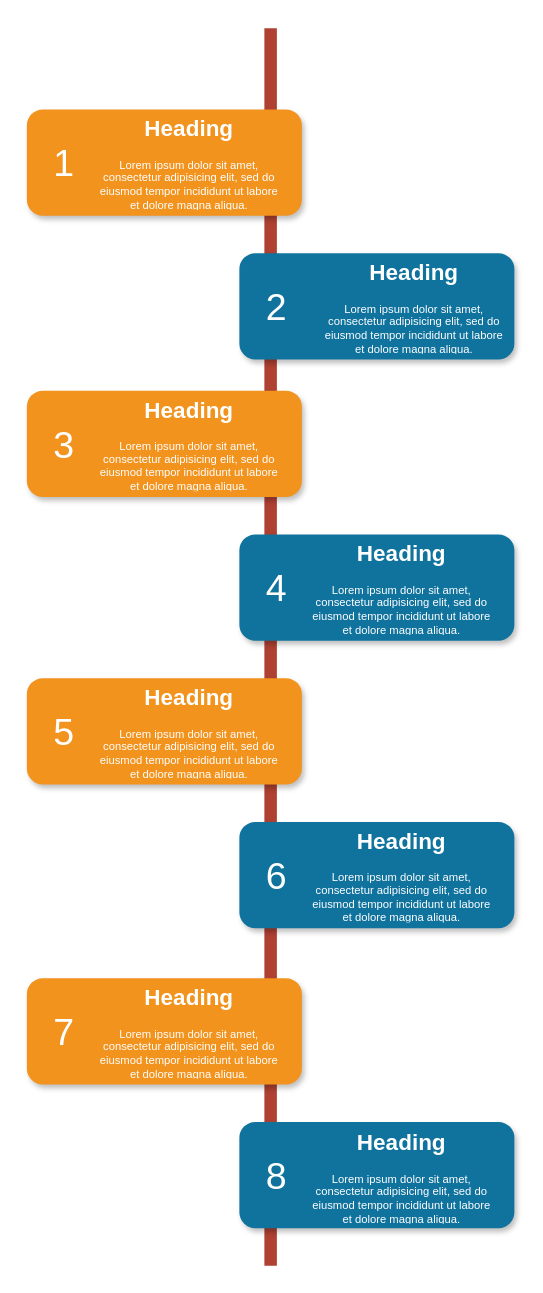
Before: time_line.drawio in JiabinYang/Doc, a draw.io diagram. Source tidied: cells renumbered, new cells numbered last; positions are measured from the earlier drawing's top-left corner, leaving out a move shared by most shapes. Both pictures are drawn from the tidied source at 125%, with x=0, y=0 at pixel (26, 28).
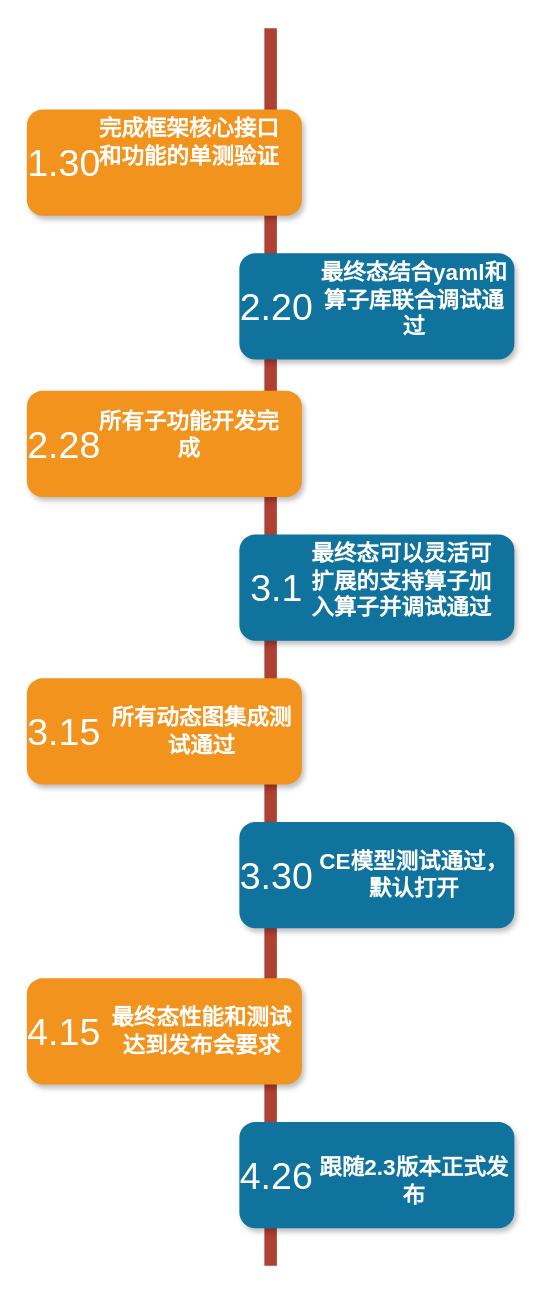
After the change.

What changed in the source:
```diff
@@
-    <mxCell id="4" value="1" style="text;html=1;strokeColor=none;fillColor=none;align=center;verticalAlign=middle;whiteSpace=wrap;fontSize=30;fontColor=#FFFFFF;" parent="1" vertex="1">
+    <mxCell id="4" value="1.30" style="text;html=1;strokeColor=none;fillColor=none;align=center;verticalAlign=middle;whiteSpace=wrap;fontSize=30;fontColor=#FFFFFF;" parent="1" vertex="1">
       <mxGeometry x="10" y="98" width="40" height="20" as="geometry" />
     </mxCell>
@@
-    <mxCell id="6" value="2" style="text;html=1;strokeColor=none;fillColor=none;align=center;verticalAlign=middle;whiteSpace=wrap;fontSize=30;fontColor=#FFFFFF;" parent="1" vertex="1">
+    <mxCell id="6" value="2.20" style="text;html=1;strokeColor=none;fillColor=none;align=center;verticalAlign=middle;whiteSpace=wrap;fontSize=30;fontColor=#FFFFFF;" parent="1" vertex="1">
       <mxGeometry x="180" y="213" width="40" height="20" as="geometry" />
     </mxCell>
@@
-    <mxCell id="8" value="3" style="text;html=1;strokeColor=none;fillColor=none;align=center;verticalAlign=middle;whiteSpace=wrap;fontSize=30;fontColor=#FFFFFF;" parent="1" vertex="1">
+    <mxCell id="8" value="2.28" style="text;html=1;strokeColor=none;fillColor=none;align=center;verticalAlign=middle;whiteSpace=wrap;fontSize=30;fontColor=#FFFFFF;" parent="1" vertex="1">
       <mxGeometry x="10" y="323" width="40" height="20" as="geometry" />
     </mxCell>
@@
-    <mxCell id="10" value="4" style="text;html=1;strokeColor=none;fillColor=none;align=center;verticalAlign=middle;whiteSpace=wrap;fontSize=30;fontColor=#FFFFFF;" parent="1" vertex="1">
+    <mxCell id="10" value="3.1" style="text;html=1;strokeColor=none;fillColor=none;align=center;verticalAlign=middle;whiteSpace=wrap;fontSize=30;fontColor=#FFFFFF;" parent="1" vertex="1">
       <mxGeometry x="180" y="438" width="40" height="20" as="geometry" />
     </mxCell>
@@
-    <mxCell id="12" value="5" style="text;html=1;strokeColor=none;fillColor=none;align=center;verticalAlign=middle;whiteSpace=wrap;fontSize=30;fontColor=#FFFFFF;" parent="1" vertex="1">
+    <mxCell id="12" value="3.15" style="text;html=1;strokeColor=none;fillColor=none;align=center;verticalAlign=middle;whiteSpace=wrap;fontSize=30;fontColor=#FFFFFF;" parent="1" vertex="1">
       <mxGeometry x="10" y="553" width="40" height="20" as="geometry" />
     </mxCell>
@@
-    <mxCell id="14" value="6" style="text;html=1;strokeColor=none;fillColor=none;align=center;verticalAlign=middle;whiteSpace=wrap;fontSize=30;fontColor=#FFFFFF;" parent="1" vertex="1">
+    <mxCell id="14" value="3.30" style="text;html=1;strokeColor=none;fillColor=none;align=center;verticalAlign=middle;whiteSpace=wrap;fontSize=30;fontColor=#FFFFFF;" parent="1" vertex="1">
       <mxGeometry x="180" y="668" width="40" height="20" as="geometry" />
     </mxCell>
@@
-    <mxCell id="16" value="7" style="text;html=1;strokeColor=none;fillColor=none;align=center;verticalAlign=middle;whiteSpace=wrap;fontSize=30;fontColor=#FFFFFF;" parent="1" vertex="1">
+    <mxCell id="16" value="4.15" style="text;html=1;strokeColor=none;fillColor=none;align=center;verticalAlign=middle;whiteSpace=wrap;fontSize=30;fontColor=#FFFFFF;" parent="1" vertex="1">
       <mxGeometry x="10" y="793" width="40" height="20" as="geometry" />
     </mxCell>
@@
-    <mxCell id="18" value="8" style="text;html=1;strokeColor=none;fillColor=none;align=center;verticalAlign=middle;whiteSpace=wrap;fontSize=30;fontColor=#FFFFFF;" parent="1" vertex="1">
+    <mxCell id="18" value="4.26" style="text;html=1;strokeColor=none;fillColor=none;align=center;verticalAlign=middle;whiteSpace=wrap;fontSize=30;fontColor=#FFFFFF;" parent="1" vertex="1">
       <mxGeometry x="180" y="908" width="40" height="20" as="geometry" />
     </mxCell>
-    <mxCell id="19" value="&lt;h1&gt;Heading&lt;/h1&gt;&lt;p&gt;Lorem ipsum dolor sit amet, consectetur adipisicing elit, sed do eiusmod tempor incididunt ut labore et dolore magna aliqua.&lt;/p&gt;" style="text;html=1;spacing=5;spacingTop=-20;whiteSpace=wrap;overflow=hidden;strokeColor=none;strokeWidth=4;fillColor=none;gradientColor=#007FFF;fontSize=9;fontColor=#FFFFFF;align=center;" parent="1" vertex="1">
+    <mxCell id="19" value="&lt;h1&gt;完成框架核心接口和功能的单测验证&lt;/h1&gt;" style="text;html=1;spacing=5;spacingTop=-20;whiteSpace=wrap;overflow=hidden;strokeColor=none;strokeWidth=4;fillColor=none;gradientColor=#007FFF;fontSize=9;fontColor=#FFFFFF;align=center;" parent="1" vertex="1">
       <mxGeometry x="50" y="69" width="160" height="77" as="geometry" />
     </mxCell>
-    <mxCell id="20" value="&lt;h1&gt;Heading&lt;/h1&gt;&lt;p&gt;Lorem ipsum dolor sit amet, consectetur adipisicing elit, sed do eiusmod tempor incididunt ut labore et dolore magna aliqua.&lt;/p&gt;" style="text;html=1;spacing=5;spacingTop=-20;whiteSpace=wrap;overflow=hidden;strokeColor=none;strokeWidth=4;fillColor=none;gradientColor=#007FFF;fontSize=9;fontColor=#FFFFFF;align=center;" parent="1" vertex="1">
+    <mxCell id="20" value="&lt;h1&gt;最终态结合yaml和算子库联合调试通过&lt;/h1&gt;" style="text;html=1;spacing=5;spacingTop=-20;whiteSpace=wrap;overflow=hidden;strokeColor=none;strokeWidth=4;fillColor=none;gradientColor=#007FFF;fontSize=9;fontColor=#FFFFFF;align=center;" parent="1" vertex="1">
       <mxGeometry x="230" y="184" width="160" height="77" as="geometry" />
     </mxCell>
-    <mxCell id="21" value="&lt;h1&gt;Heading&lt;/h1&gt;&lt;p&gt;Lorem ipsum dolor sit amet, consectetur adipisicing elit, sed do eiusmod tempor incididunt ut labore et dolore magna aliqua.&lt;/p&gt;" style="text;html=1;spacing=5;spacingTop=-20;whiteSpace=wrap;overflow=hidden;strokeColor=none;strokeWidth=4;fillColor=none;gradientColor=#007FFF;fontSize=9;fontColor=#FFFFFF;align=center;" parent="1" vertex="1">
-      <mxGeometry x="50" y="294" width="160" height="77" as="geometry" />
+    <mxCell id="21" value="&lt;h1&gt;所有子功能开发完成&lt;/h1&gt;" style="text;html=1;spacing=5;spacingTop=-20;whiteSpace=wrap;overflow=hidden;strokeColor=none;strokeWidth=4;fillColor=none;gradientColor=#007FFF;fontSize=9;fontColor=#FFFFFF;align=center;verticalAlign=middle;" parent="1" vertex="1">
+      <mxGeometry x="50" y="300" width="160" height="71" as="geometry" />
     </mxCell>
-    <mxCell id="22" value="&lt;h1&gt;Heading&lt;/h1&gt;&lt;p&gt;Lorem ipsum dolor sit amet, consectetur adipisicing elit, sed do eiusmod tempor incididunt ut labore et dolore magna aliqua.&lt;/p&gt;" style="text;html=1;spacing=5;spacingTop=-20;whiteSpace=wrap;overflow=hidden;strokeColor=none;strokeWidth=4;fillColor=none;gradientColor=#007FFF;fontSize=9;fontColor=#FFFFFF;align=center;" parent="1" vertex="1">
+    <mxCell id="22" value="&lt;h1&gt;最终态可以灵活可扩展的支持算子加入算子并调试通过&lt;/h1&gt;" style="text;html=1;spacing=5;spacingTop=-20;whiteSpace=wrap;overflow=hidden;strokeColor=none;strokeWidth=4;fillColor=none;gradientColor=#007FFF;fontSize=9;fontColor=#FFFFFF;align=center;" parent="1" vertex="1">
       <mxGeometry x="220" y="409" width="160" height="77" as="geometry" />
     </mxCell>
-    <mxCell id="23" value="&lt;h1&gt;Heading&lt;/h1&gt;&lt;p&gt;Lorem ipsum dolor sit amet, consectetur adipisicing elit, sed do eiusmod tempor incididunt ut labore et dolore magna aliqua.&lt;/p&gt;" style="text;html=1;spacing=5;spacingTop=-20;whiteSpace=wrap;overflow=hidden;strokeColor=none;strokeWidth=4;fillColor=none;gradientColor=#007FFF;fontSize=9;fontColor=#FFFFFF;align=center;" parent="1" vertex="1">
-      <mxGeometry x="50" y="524" width="160" height="77" as="geometry" />
+    <mxCell id="23" value="&lt;h1&gt;所有动态图集成测试通过&lt;/h1&gt;" style="text;html=1;spacing=5;spacingTop=-20;whiteSpace=wrap;overflow=hidden;strokeColor=none;strokeWidth=4;fillColor=none;gradientColor=#007FFF;fontSize=9;fontColor=#FFFFFF;align=center;" parent="1" vertex="1">
+      <mxGeometry x="60" y="540" width="160" height="77" as="geometry" />
     </mxCell>
-    <mxCell id="24" value="&lt;h1&gt;Heading&lt;/h1&gt;&lt;p&gt;Lorem ipsum dolor sit amet, consectetur adipisicing elit, sed do eiusmod tempor incididunt ut labore et dolore magna aliqua.&lt;/p&gt;" style="text;html=1;spacing=5;spacingTop=-20;whiteSpace=wrap;overflow=hidden;strokeColor=none;strokeWidth=4;fillColor=none;gradientColor=#007FFF;fontSize=9;fontColor=#FFFFFF;align=center;" parent="1" vertex="1">
-      <mxGeometry x="220" y="639" width="160" height="77" as="geometry" />
+    <mxCell id="24" value="&lt;h1&gt;CE模型测试通过，默认打开&lt;/h1&gt;" style="text;html=1;spacing=5;spacingTop=-20;whiteSpace=wrap;overflow=hidden;strokeColor=none;strokeWidth=4;fillColor=none;gradientColor=#007FFF;fontSize=9;fontColor=#FFFFFF;align=center;" parent="1" vertex="1">
+      <mxGeometry x="230" y="655" width="160" height="46" as="geometry" />
     </mxCell>
-    <mxCell id="25" value="&lt;h1&gt;Heading&lt;/h1&gt;&lt;p&gt;Lorem ipsum dolor sit amet, consectetur adipisicing elit, sed do eiusmod tempor incididunt ut labore et dolore magna aliqua.&lt;/p&gt;" style="text;html=1;spacing=5;spacingTop=-20;whiteSpace=wrap;overflow=hidden;strokeColor=none;strokeWidth=4;fillColor=none;gradientColor=#007FFF;fontSize=9;fontColor=#FFFFFF;align=center;" parent="1" vertex="1">
-      <mxGeometry x="50" y="764" width="160" height="77" as="geometry" />
+    <mxCell id="25" value="&lt;h1&gt;最终态性能和测试达到发布会要求&lt;/h1&gt;" style="text;html=1;spacing=5;spacingTop=-20;whiteSpace=wrap;overflow=hidden;strokeColor=none;strokeWidth=4;fillColor=none;gradientColor=#007FFF;fontSize=9;fontColor=#FFFFFF;align=center;" parent="1" vertex="1">
+      <mxGeometry x="60" y="780" width="160" height="77" as="geometry" />
     </mxCell>
-    <mxCell id="26" value="&lt;h1&gt;Heading&lt;/h1&gt;&lt;p&gt;Lorem ipsum dolor sit amet, consectetur adipisicing elit, sed do eiusmod tempor incididunt ut labore et dolore magna aliqua.&lt;/p&gt;" style="text;html=1;spacing=5;spacingTop=-20;whiteSpace=wrap;overflow=hidden;strokeColor=none;strokeWidth=4;fillColor=none;gradientColor=#007FFF;fontSize=9;fontColor=#FFFFFF;align=center;" parent="1" vertex="1">
-      <mxGeometry x="220" y="880" width="160" height="77" as="geometry" />
+    <mxCell id="26" value="&lt;h1&gt;跟随2.3版本正式发布&lt;/h1&gt;" style="text;html=1;spacing=5;spacingTop=-20;whiteSpace=wrap;overflow=hidden;strokeColor=none;strokeWidth=4;fillColor=none;gradientColor=#007FFF;fontSize=9;fontColor=#FFFFFF;align=center;" parent="1" vertex="1">
+      <mxGeometry x="230" y="900" width="160" height="77" as="geometry" />
     </mxCell>
```
